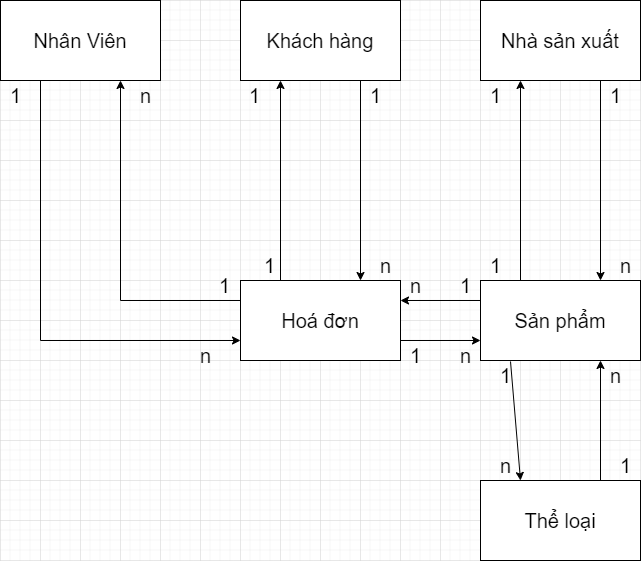
The draw.io diagram document/bán hàng.drawio.png in ntd1683/project, before a commit. Source tidied: cells renumbered, new cells last; positions are measured from the earlier drawing's top-left corner, leaving out a move shared by most shapes. Source of this version:
```xml
<mxGraphModel>
  <root>
    <mxCell id="0" />
    <mxCell id="1" parent="0" />
    <mxCell id="2" value="Nhân Viên" style="rounded=0;whiteSpace=wrap;html=1;fontSize=20;" parent="1" vertex="1">
      <mxGeometry width="160" height="80" as="geometry" />
    </mxCell>
    <mxCell id="3" value="Khách hàng" style="rounded=0;whiteSpace=wrap;html=1;fontSize=20;" parent="1" vertex="1">
      <mxGeometry x="240" width="160" height="80" as="geometry" />
    </mxCell>
    <mxCell id="4" value="Nhà sản xuất" style="rounded=0;whiteSpace=wrap;html=1;fontSize=20;" parent="1" vertex="1">
      <mxGeometry x="480" width="160" height="80" as="geometry" />
    </mxCell>
    <mxCell id="5" value="Sản phẩm" style="rounded=0;whiteSpace=wrap;html=1;fontSize=20;" parent="1" vertex="1">
      <mxGeometry x="480" y="280" width="160" height="80" as="geometry" />
    </mxCell>
    <mxCell id="6" style="endArrow=classic;html=1;rounded=0;fontSize=20;exitX=0.75;exitY=1;exitDx=0;exitDy=0;entryX=0.75;entryY=0;entryDx=0;entryDy=0;" parent="1" edge="1" source="4" target="5">
      <mxGeometry relative="1" as="geometry" />
    </mxCell>
    <mxCell id="7" value="1" style="text;html=1;align=center;verticalAlign=middle;fillColor=none;strokeColor=none;rounded=0;fontSize=20;" parent="1" vertex="1">
      <mxGeometry x="600" y="80" width="30" height="30" as="geometry" />
    </mxCell>
    <mxCell id="8" value="n" style="text;html=1;align=center;verticalAlign=middle;fillColor=none;strokeColor=none;rounded=0;fontSize=20;" parent="1" vertex="1">
      <mxGeometry x="610" y="250" width="30" height="30" as="geometry" />
    </mxCell>
    <mxCell id="9" value="1" style="text;html=1;align=center;verticalAlign=middle;fillColor=none;strokeColor=none;rounded=0;fontSize=20;" parent="1" vertex="1">
      <mxGeometry x="480" y="250" width="30" height="30" as="geometry" />
    </mxCell>
    <mxCell id="10" style="endArrow=classic;html=1;rounded=0;fontSize=20;exitX=0.25;exitY=0;exitDx=0;exitDy=0;entryX=0.25;entryY=1;entryDx=0;entryDy=0;" parent="1" edge="1" source="5" target="4">
      <mxGeometry relative="1" as="geometry" />
    </mxCell>
    <mxCell id="11" value="1" style="text;html=1;align=center;verticalAlign=middle;fillColor=none;strokeColor=none;rounded=0;fontSize=20;" parent="1" vertex="1">
      <mxGeometry x="480" y="80" width="30" height="30" as="geometry" />
    </mxCell>
    <mxCell id="12" value="Hoá đơn" style="rounded=0;whiteSpace=wrap;html=1;fontSize=20;" parent="1" vertex="1">
      <mxGeometry x="240" y="280" width="160" height="80" as="geometry" />
    </mxCell>
    <mxCell id="13" style="endArrow=classic;html=1;rounded=0;fontSize=20;exitX=0.75;exitY=1;exitDx=0;exitDy=0;entryX=0.75;entryY=0;entryDx=0;entryDy=0;" parent="1" edge="1" source="3" target="12">
      <mxGeometry relative="1" as="geometry" />
    </mxCell>
    <mxCell id="14" value="1" style="text;html=1;align=center;verticalAlign=middle;fillColor=none;strokeColor=none;rounded=0;fontSize=20;" parent="1" vertex="1">
      <mxGeometry x="360" y="80" width="30" height="30" as="geometry" />
    </mxCell>
    <mxCell id="15" value="n" style="text;html=1;align=center;verticalAlign=middle;fillColor=none;strokeColor=none;rounded=0;fontSize=20;" parent="1" vertex="1">
      <mxGeometry x="370" y="250" width="30" height="30" as="geometry" />
    </mxCell>
    <mxCell id="16" style="endArrow=classic;html=1;rounded=0;fontSize=20;exitX=0.25;exitY=0;exitDx=0;exitDy=0;entryX=0.25;entryY=1;entryDx=0;entryDy=0;" parent="1" edge="1" source="12" target="3">
      <mxGeometry relative="1" as="geometry" />
    </mxCell>
    <mxCell id="17" value="1" style="text;html=1;align=center;verticalAlign=middle;fillColor=none;strokeColor=none;rounded=0;fontSize=20;" parent="1" vertex="1">
      <mxGeometry x="209" y="270" width="30" height="30" as="geometry" />
    </mxCell>
    <mxCell id="18" value="1" style="text;html=1;align=center;verticalAlign=middle;fillColor=none;strokeColor=none;rounded=0;fontSize=20;" parent="1" vertex="1">
      <mxGeometry x="239" y="80" width="30" height="30" as="geometry" />
    </mxCell>
    <mxCell id="19" style="edgeStyle=segmentEdgeStyle;endArrow=classic;html=1;rounded=0;fontSize=20;exitX=0.25;exitY=1;exitDx=0;exitDy=0;" parent="1" edge="1" source="2">
      <mxGeometry relative="1" as="geometry">
        <mxPoint x="240" y="340" as="targetPoint" />
        <Array as="points">
          <mxPoint x="40" y="340" />
          <mxPoint x="240" y="340" />
        </Array>
      </mxGeometry>
    </mxCell>
    <mxCell id="20" value="1" style="text;html=1;align=center;verticalAlign=middle;fillColor=none;strokeColor=none;rounded=0;fontSize=20;" parent="1" vertex="1">
      <mxGeometry y="80" width="30" height="30" as="geometry" />
    </mxCell>
    <mxCell id="21" value="n" style="text;html=1;align=center;verticalAlign=middle;fillColor=none;strokeColor=none;rounded=0;fontSize=20;" parent="1" vertex="1">
      <mxGeometry x="190" y="340" width="30" height="30" as="geometry" />
    </mxCell>
    <mxCell id="22" style="edgeStyle=segmentEdgeStyle;endArrow=classic;html=1;rounded=0;fontSize=20;exitX=0;exitY=0.25;exitDx=0;exitDy=0;entryX=0.75;entryY=1;entryDx=0;entryDy=0;" parent="1" edge="1" source="12" target="2">
      <mxGeometry relative="1" as="geometry" />
    </mxCell>
    <mxCell id="23" value="n" style="text;html=1;align=center;verticalAlign=middle;fillColor=none;strokeColor=none;rounded=0;fontSize=20;" parent="1" vertex="1">
      <mxGeometry x="130" y="80" width="30" height="30" as="geometry" />
    </mxCell>
    <mxCell id="24" style="endArrow=classic;html=1;rounded=0;fontSize=20;exitX=1;exitY=0.75;exitDx=0;exitDy=0;entryX=0;entryY=0.75;entryDx=0;entryDy=0;" parent="1" edge="1" source="12" target="5">
      <mxGeometry relative="1" as="geometry" />
    </mxCell>
    <mxCell id="25" value="1" style="text;html=1;align=center;verticalAlign=middle;fillColor=none;strokeColor=none;rounded=0;fontSize=20;" parent="1" vertex="1">
      <mxGeometry x="400" y="340" width="30" height="30" as="geometry" />
    </mxCell>
    <mxCell id="26" value="n" style="text;html=1;align=center;verticalAlign=middle;fillColor=none;strokeColor=none;rounded=0;fontSize=20;" parent="1" vertex="1">
      <mxGeometry x="450" y="340" width="30" height="30" as="geometry" />
    </mxCell>
    <mxCell id="27" value="1" style="text;html=1;align=center;verticalAlign=middle;fillColor=none;strokeColor=none;rounded=0;fontSize=20;" parent="1" vertex="1">
      <mxGeometry x="254" y="250" width="30" height="30" as="geometry" />
    </mxCell>
    <mxCell id="28" style="endArrow=classic;html=1;rounded=0;fontSize=20;exitX=0;exitY=0.25;exitDx=0;exitDy=0;entryX=1;entryY=0.25;entryDx=0;entryDy=0;" parent="1" edge="1" source="5" target="12">
      <mxGeometry relative="1" as="geometry" />
    </mxCell>
    <mxCell id="29" value="1" style="text;html=1;align=center;verticalAlign=middle;fillColor=none;strokeColor=none;rounded=0;fontSize=20;" parent="1" vertex="1">
      <mxGeometry x="450" y="270" width="30" height="30" as="geometry" />
    </mxCell>
    <mxCell id="30" value="n" style="text;html=1;align=center;verticalAlign=middle;fillColor=none;strokeColor=none;rounded=0;fontSize=20;" parent="1" vertex="1">
      <mxGeometry x="400" y="270" width="30" height="30" as="geometry" />
    </mxCell>
    <mxCell id="31" value="Thể loại" style="rounded=0;whiteSpace=wrap;html=1;fontSize=20;" parent="1" vertex="1">
      <mxGeometry x="480" y="480" width="160" height="80" as="geometry" />
    </mxCell>
    <mxCell id="32" style="endArrow=classic;html=1;rounded=0;fontSize=20;exitX=0.75;exitY=0;exitDx=0;exitDy=0;entryX=0.75;entryY=1;entryDx=0;entryDy=0;" parent="1" edge="1" source="31" target="5">
      <mxGeometry relative="1" as="geometry" />
    </mxCell>
    <mxCell id="33" value="1" style="text;html=1;align=center;verticalAlign=middle;fillColor=none;strokeColor=none;rounded=0;fontSize=20;" parent="1" vertex="1">
      <mxGeometry x="610" y="450" width="30" height="30" as="geometry" />
    </mxCell>
    <mxCell id="34" value="n" style="text;html=1;align=center;verticalAlign=middle;fillColor=none;strokeColor=none;rounded=0;fontSize=20;" parent="1" vertex="1">
      <mxGeometry x="600" y="360" width="30" height="30" as="geometry" />
    </mxCell>
    <mxCell id="35" value="1" style="text;html=1;align=center;verticalAlign=middle;points=[];fillColor=none;strokeColor=none;rounded=0;fontSize=20;" parent="1" vertex="1">
      <mxGeometry x="490" y="360" width="30" height="30" as="geometry" />
    </mxCell>
    <mxCell id="36" style="endArrow=classic;html=1;rounded=0;fontSize=20;exitX=0.667;exitY=0.033;exitDx=0;exitDy=0;exitPerimeter=0;entryX=0.25;entryY=0;entryDx=0;entryDy=0;" parent="1" edge="1" source="35" target="31">
      <mxGeometry relative="1" as="geometry" />
    </mxCell>
    <mxCell id="37" value="n" style="text;html=1;align=center;verticalAlign=middle;fillColor=none;strokeColor=none;rounded=0;fontSize=20;" parent="1" vertex="1">
      <mxGeometry x="490" y="450" width="30" height="30" as="geometry" />
    </mxCell>
  </root>
</mxGraphModel>
```
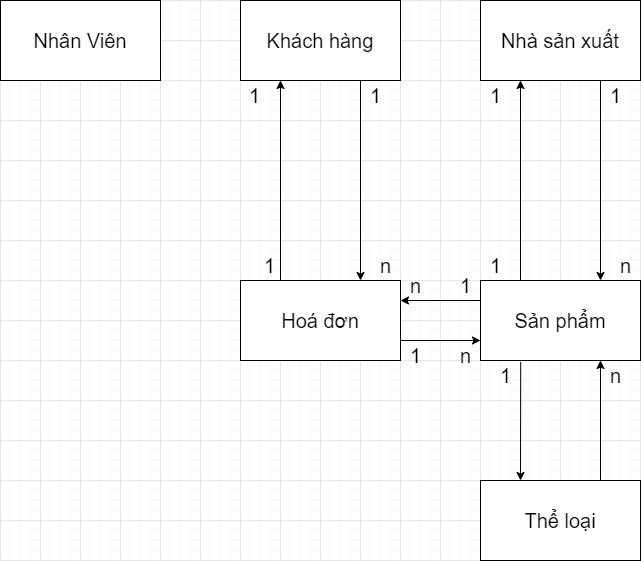
Later version of the same file.

The edit, as a diff of the source:
```diff
@@ -47,33 +47,9 @@
     <mxCell id="16" style="endArrow=classic;html=1;rounded=0;fontSize=20;exitX=0.25;exitY=0;exitDx=0;exitDy=0;entryX=0.25;entryY=1;entryDx=0;entryDy=0;" parent="1" edge="1" source="12" target="3">
       <mxGeometry relative="1" as="geometry" />
     </mxCell>
-    <mxCell id="17" value="1" style="text;html=1;align=center;verticalAlign=middle;fillColor=none;strokeColor=none;rounded=0;fontSize=20;" parent="1" vertex="1">
-      <mxGeometry x="209" y="270" width="30" height="30" as="geometry" />
-    </mxCell>
     <mxCell id="18" value="1" style="text;html=1;align=center;verticalAlign=middle;fillColor=none;strokeColor=none;rounded=0;fontSize=20;" parent="1" vertex="1">
       <mxGeometry x="239" y="80" width="30" height="30" as="geometry" />
     </mxCell>
-    <mxCell id="19" style="edgeStyle=segmentEdgeStyle;endArrow=classic;html=1;rounded=0;fontSize=20;exitX=0.25;exitY=1;exitDx=0;exitDy=0;" parent="1" edge="1" source="2">
-      <mxGeometry relative="1" as="geometry">
-        <mxPoint x="240" y="340" as="targetPoint" />
-        <Array as="points">
-          <mxPoint x="40" y="340" />
-          <mxPoint x="240" y="340" />
-        </Array>
-      </mxGeometry>
-    </mxCell>
-    <mxCell id="20" value="1" style="text;html=1;align=center;verticalAlign=middle;fillColor=none;strokeColor=none;rounded=0;fontSize=20;" parent="1" vertex="1">
-      <mxGeometry y="80" width="30" height="30" as="geometry" />
-    </mxCell>
-    <mxCell id="21" value="n" style="text;html=1;align=center;verticalAlign=middle;fillColor=none;strokeColor=none;rounded=0;fontSize=20;" parent="1" vertex="1">
-      <mxGeometry x="190" y="340" width="30" height="30" as="geometry" />
-    </mxCell>
-    <mxCell id="22" style="edgeStyle=segmentEdgeStyle;endArrow=classic;html=1;rounded=0;fontSize=20;exitX=0;exitY=0.25;exitDx=0;exitDy=0;entryX=0.75;entryY=1;entryDx=0;entryDy=0;" parent="1" edge="1" source="12" target="2">
-      <mxGeometry relative="1" as="geometry" />
-    </mxCell>
-    <mxCell id="23" value="n" style="text;html=1;align=center;verticalAlign=middle;fillColor=none;strokeColor=none;rounded=0;fontSize=20;" parent="1" vertex="1">
-      <mxGeometry x="130" y="80" width="30" height="30" as="geometry" />
-    </mxCell>
     <mxCell id="24" style="endArrow=classic;html=1;rounded=0;fontSize=20;exitX=1;exitY=0.75;exitDx=0;exitDy=0;entryX=0;entryY=0.75;entryDx=0;entryDy=0;" parent="1" edge="1" source="12" target="5">
       <mxGeometry relative="1" as="geometry" />
     </mxCell>
@@ -101,20 +77,14 @@
     <mxCell id="32" style="endArrow=classic;html=1;rounded=0;fontSize=20;exitX=0.75;exitY=0;exitDx=0;exitDy=0;entryX=0.75;entryY=1;entryDx=0;entryDy=0;" parent="1" edge="1" source="31" target="5">
       <mxGeometry relative="1" as="geometry" />
     </mxCell>
-    <mxCell id="33" value="1" style="text;html=1;align=center;verticalAlign=middle;fillColor=none;strokeColor=none;rounded=0;fontSize=20;" parent="1" vertex="1">
-      <mxGeometry x="610" y="450" width="30" height="30" as="geometry" />
-    </mxCell>
     <mxCell id="34" value="n" style="text;html=1;align=center;verticalAlign=middle;fillColor=none;strokeColor=none;rounded=0;fontSize=20;" parent="1" vertex="1">
       <mxGeometry x="600" y="360" width="30" height="30" as="geometry" />
     </mxCell>
     <mxCell id="35" value="1" style="text;html=1;align=center;verticalAlign=middle;points=[];fillColor=none;strokeColor=none;rounded=0;fontSize=20;" parent="1" vertex="1">
       <mxGeometry x="490" y="360" width="30" height="30" as="geometry" />
     </mxCell>
-    <mxCell id="36" style="endArrow=classic;html=1;rounded=0;fontSize=20;exitX=0.667;exitY=0.033;exitDx=0;exitDy=0;exitPerimeter=0;entryX=0.25;entryY=0;entryDx=0;entryDy=0;" parent="1" edge="1" source="35" target="31">
+    <mxCell id="36" style="endArrow=classic;html=1;rounded=0;fontSize=20;exitX=1.007;exitY=0.053;exitDx=0;exitDy=0;exitPerimeter=0;entryX=0.25;entryY=0;entryDx=0;entryDy=0;" parent="1" edge="1" source="35" target="31">
       <mxGeometry relative="1" as="geometry" />
     </mxCell>
-    <mxCell id="37" value="n" style="text;html=1;align=center;verticalAlign=middle;fillColor=none;strokeColor=none;rounded=0;fontSize=20;" parent="1" vertex="1">
-      <mxGeometry x="490" y="450" width="30" height="30" as="geometry" />
-    </mxCell>
   </root>
 </mxGraphModel>
```
